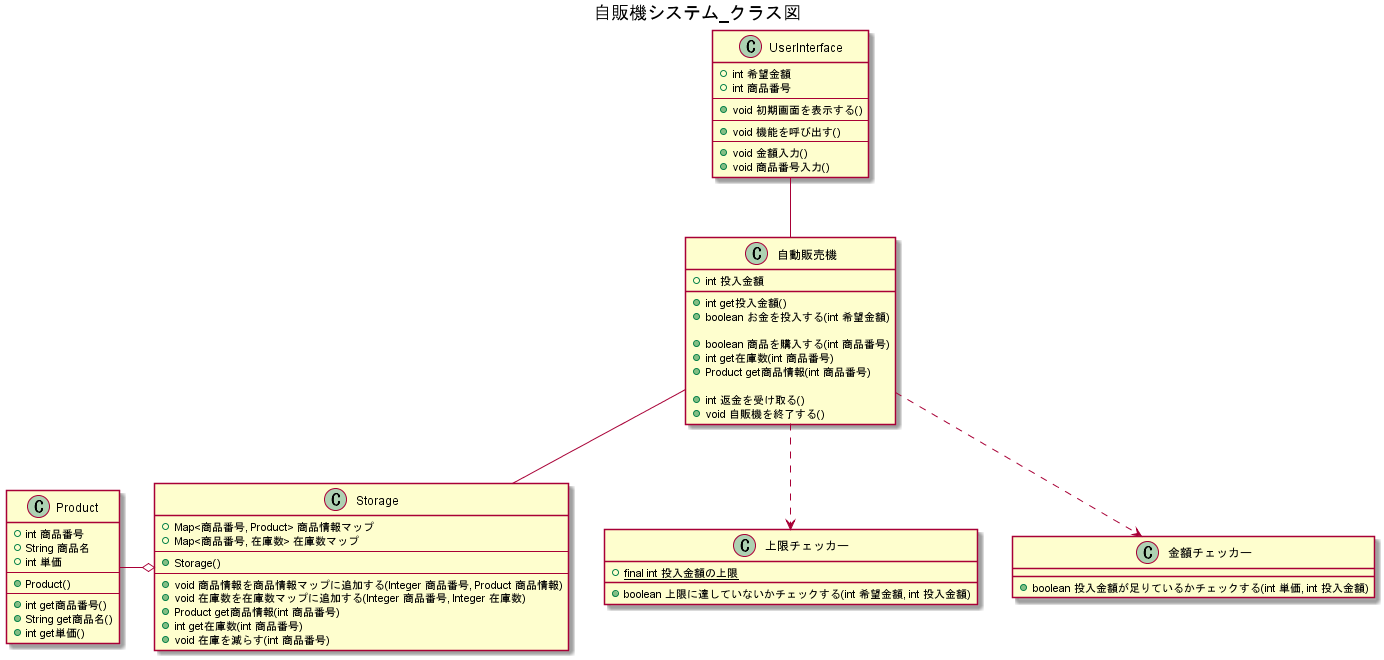
The PlantUML diagram UML_class_sequence/自販機システム_クラス図.png in W-Nakayama-24/VendingMachine_CUI, before a commit.
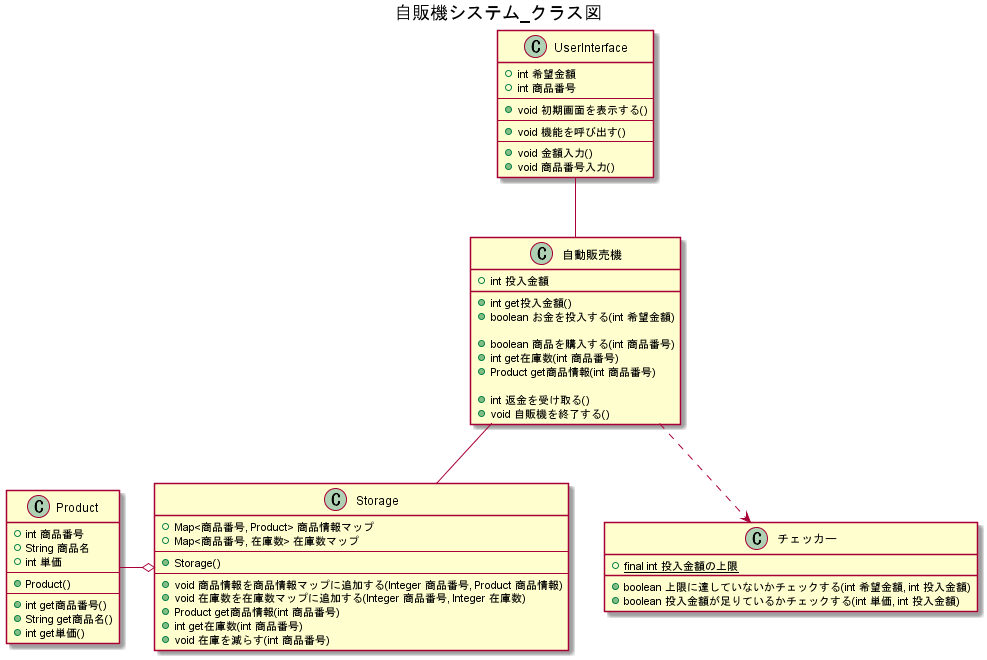
After the commit.

The edit, as a diff of the source:
```diff
@@ -4,8 +4,7 @@
 
 UserInterface -- 自動販売機
 自動販売機 -- Storage
-自動販売機 ..> 上限チェッカー
-自動販売機 ..> 金額チェッカー
+自動販売機 ..> チェッカー
 Product -o Storage
 
 
@@ -34,13 +33,9 @@
     +void 自販機を終了する()
 }
 
-class 上限チェッカー{
+class チェッカー{
     +{static}final int 投入金額の上限
     +boolean 上限に達していないかチェックする(int 希望金額, int 投入金額)
-}
-
-
-class 金額チェッカー{
     +boolean 投入金額が足りているかチェックする(int 単価, int 投入金額)
 }
 
```
